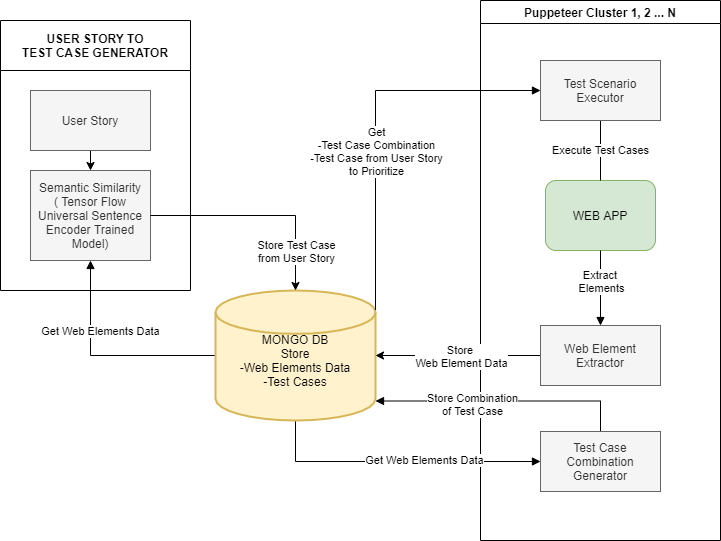
Earlier version of the draw.io export files/e2e-ai-architecture.png (QAcodes/E2E-AI). Source tidied: cells renumbered, new cells last; positions are measured from the earlier drawing's top-left corner, leaving out a move shared by most shapes. Source of this version:
```xml
<mxGraphModel>
  <root>
    <mxCell id="0" />
    <mxCell id="1" parent="0" />
    <mxCell id="2" value="Puppeteer Cluster 1, 2 ... N" style="swimlane;" parent="1" vertex="1">
      <mxGeometry x="480" width="240" height="540" as="geometry" />
    </mxCell>
    <mxCell id="3" value="WEB APP" style="rounded=1;whiteSpace=wrap;html=1;fillColor=#d5e8d4;strokeColor=#82b366;" parent="2" vertex="1">
      <mxGeometry x="65" y="180" width="110" height="70" as="geometry" />
    </mxCell>
    <mxCell id="4" value="Execute Test Cases" style="edgeStyle=orthogonalEdgeStyle;rounded=0;jettySize=auto;html=1;exitX=0.5;exitY=1;exitDx=0;exitDy=0;entryX=0.5;entryY=0;entryDx=0;entryDy=0;startArrow=none;startFill=0;endArrow=none;endFill=0;" parent="2" edge="1" source="5" target="3">
      <mxGeometry relative="1" as="geometry" />
    </mxCell>
    <mxCell id="5" value="Test Scenario&lt;br&gt;Executor" style="whiteSpace=wrap;html=1;fillColor=#f5f5f5;strokeColor=#666666;fontColor=#333333;" parent="2" vertex="1">
      <mxGeometry x="60" y="60" width="120" height="60" as="geometry" />
    </mxCell>
    <mxCell id="6" value="USER STORY TO &#10;TEST CASE GENERATOR" style="swimlane;startSize=50;" parent="1" vertex="1">
      <mxGeometry y="20" width="190" height="270" as="geometry" />
    </mxCell>
    <mxCell id="7" value="Semantic Similarity&lt;br&gt;( Tensor Flow Universal Sentence Encoder Trained Model)" style="whiteSpace=wrap;html=1;fillColor=#f5f5f5;strokeColor=#666666;fontColor=#333333;" parent="6" vertex="1">
      <mxGeometry x="30" y="150" width="120" height="90" as="geometry" />
    </mxCell>
    <mxCell id="8" style="edgeStyle=orthogonalEdgeStyle;rounded=0;jettySize=auto;html=1;exitX=0.5;exitY=1;exitDx=0;exitDy=0;entryX=0.5;entryY=0;entryDx=0;entryDy=0;startArrow=none;startFill=0;" parent="6" edge="1" source="9" target="7">
      <mxGeometry relative="1" as="geometry" />
    </mxCell>
    <mxCell id="9" value="User Story" style="whiteSpace=wrap;html=1;fillColor=#f5f5f5;strokeColor=#666666;fontColor=#333333;" parent="6" vertex="1">
      <mxGeometry x="30" y="70" width="120" height="60" as="geometry" />
    </mxCell>
    <mxCell id="10" style="edgeStyle=orthogonalEdgeStyle;rounded=0;jettySize=auto;html=1;exitX=0;exitY=0.5;exitDx=0;exitDy=0;exitPerimeter=0;entryX=0.5;entryY=1;entryDx=0;entryDy=0;startArrow=none;startFill=0;endArrow=block;endFill=1;" parent="1" edge="1" source="14" target="7">
      <mxGeometry relative="1" as="geometry" />
    </mxCell>
    <mxCell id="11" value="Get Web Elements Data" style="edgeLabel;html=1;align=center;verticalAlign=middle;" parent="10" vertex="1">
      <mxGeometry x="-0.12" y="-1" relative="1" as="geometry">
        <mxPoint x="-20" y="-24" as="offset" />
      </mxGeometry>
    </mxCell>
    <mxCell id="12" style="edgeStyle=orthogonalEdgeStyle;rounded=0;jettySize=auto;html=1;exitX=0.5;exitY=1;exitDx=0;exitDy=0;exitPerimeter=0;entryX=0;entryY=0.5;entryDx=0;entryDy=0;startArrow=none;startFill=0;endArrow=block;endFill=1;" parent="1" edge="1" source="14" target="26">
      <mxGeometry relative="1" as="geometry" />
    </mxCell>
    <mxCell id="13" value="Get Web Elements Data" style="edgeLabel;html=1;align=center;verticalAlign=middle;" parent="12" vertex="1">
      <mxGeometry x="0.17" y="2" relative="1" as="geometry">
        <mxPoint x="1" as="offset" />
      </mxGeometry>
    </mxCell>
    <mxCell id="14" value="&lt;div&gt;&lt;span&gt;MONGO DB&lt;/span&gt;&lt;/div&gt;&lt;div&gt;&lt;span&gt;Store&lt;/span&gt;&lt;/div&gt;&lt;div&gt;&lt;span&gt;-Web Elements Data&lt;/span&gt;&lt;/div&gt;&lt;div&gt;&lt;span&gt;-Test Cases&lt;/span&gt;&lt;/div&gt;" style="strokeWidth=2;html=1;shape=mxgraph.flowchart.database;whiteSpace=wrap;fillColor=#fff2cc;strokeColor=#d6b656;align=center;spacingTop=10;" parent="1" vertex="1">
      <mxGeometry x="215" y="290" width="160" height="130" as="geometry" />
    </mxCell>
    <mxCell id="15" style="edgeStyle=orthogonalEdgeStyle;rounded=0;jettySize=auto;html=1;exitX=0;exitY=0.5;exitDx=0;exitDy=0;entryX=1;entryY=0.5;entryDx=0;entryDy=0;entryPerimeter=0;startArrow=none;startFill=0;" parent="1" edge="1" source="23" target="14">
      <mxGeometry relative="1" as="geometry" />
    </mxCell>
    <mxCell id="16" value="Store &lt;br&gt;Web Element Data" style="edgeLabel;html=1;align=center;verticalAlign=middle;" parent="15" vertex="1">
      <mxGeometry x="-0.05" y="1" relative="1" as="geometry">
        <mxPoint x="-1" y="-1" as="offset" />
      </mxGeometry>
    </mxCell>
    <mxCell id="17" style="edgeStyle=orthogonalEdgeStyle;rounded=0;jettySize=auto;html=1;exitX=0.5;exitY=0;exitDx=0;exitDy=0;startArrow=block;startFill=1;entryX=0.5;entryY=1;entryDx=0;entryDy=0;endArrow=none;endFill=0;" parent="1" edge="1" source="23" target="3">
      <mxGeometry relative="1" as="geometry" />
    </mxCell>
    <mxCell id="18" value="Extract &lt;br&gt;Elements" style="edgeLabel;html=1;align=center;verticalAlign=middle;" parent="17" vertex="1">
      <mxGeometry x="0.28" y="2" relative="1" as="geometry">
        <mxPoint x="2" y="3" as="offset" />
      </mxGeometry>
    </mxCell>
    <mxCell id="19" style="edgeStyle=orthogonalEdgeStyle;rounded=0;jettySize=auto;html=1;exitX=1;exitY=0.5;exitDx=0;exitDy=0;entryX=0.5;entryY=0;entryDx=0;entryDy=0;startArrow=none;startFill=0;entryPerimeter=0;" parent="1" edge="1" source="7" target="14">
      <mxGeometry relative="1" as="geometry" />
    </mxCell>
    <mxCell id="20" value="Store Test Case&lt;br&gt;from User Story" style="edgeLabel;html=1;align=center;verticalAlign=middle;" parent="19" vertex="1">
      <mxGeometry x="0.59" y="3" relative="1" as="geometry">
        <mxPoint x="-3" y="5" as="offset" />
      </mxGeometry>
    </mxCell>
    <mxCell id="21" style="edgeStyle=orthogonalEdgeStyle;rounded=0;jettySize=auto;html=1;exitX=0;exitY=0.5;exitDx=0;exitDy=0;entryX=1;entryY=0.15;entryDx=0;entryDy=0;entryPerimeter=0;startArrow=block;startFill=1;endArrow=none;endFill=0;" parent="1" edge="1" source="5" target="14">
      <mxGeometry relative="1" as="geometry">
        <Array as="points">
          <mxPoint x="375" y="90" />
        </Array>
      </mxGeometry>
    </mxCell>
    <mxCell id="22" value="Get&lt;br&gt;-Test Case Combination&lt;br&gt;-Test Case from User Story&lt;br&gt;to Prioritize" style="edgeLabel;html=1;align=center;verticalAlign=middle;" parent="21" vertex="1">
      <mxGeometry x="-0.13" y="1" relative="1" as="geometry">
        <mxPoint x="-1" y="58" as="offset" />
      </mxGeometry>
    </mxCell>
    <mxCell id="23" value="Web Element Extractor" style="whiteSpace=wrap;html=1;fillColor=#f5f5f5;strokeColor=#666666;fontColor=#333333;" parent="1" vertex="1">
      <mxGeometry x="540" y="325" width="120" height="60" as="geometry" />
    </mxCell>
    <mxCell id="24" style="edgeStyle=orthogonalEdgeStyle;rounded=0;jettySize=auto;html=1;exitX=0.5;exitY=0;exitDx=0;exitDy=0;entryX=1;entryY=0.85;entryDx=0;entryDy=0;entryPerimeter=0;startArrow=none;startFill=0;endArrow=block;endFill=1;" parent="1" edge="1" source="26" target="14">
      <mxGeometry relative="1" as="geometry" />
    </mxCell>
    <mxCell id="25" value="Store Combination&lt;br&gt;of Test Case" style="edgeLabel;html=1;align=center;verticalAlign=middle;" parent="24" vertex="1">
      <mxGeometry x="0.02" y="3" relative="1" as="geometry">
        <mxPoint x="-28.5" as="offset" />
      </mxGeometry>
    </mxCell>
    <mxCell id="26" value="Test Case Combination&lt;br&gt;Generator" style="whiteSpace=wrap;html=1;fillColor=#f5f5f5;strokeColor=#666666;fontColor=#333333;" parent="1" vertex="1">
      <mxGeometry x="540" y="431" width="120" height="60" as="geometry" />
    </mxCell>
  </root>
</mxGraphModel>
```
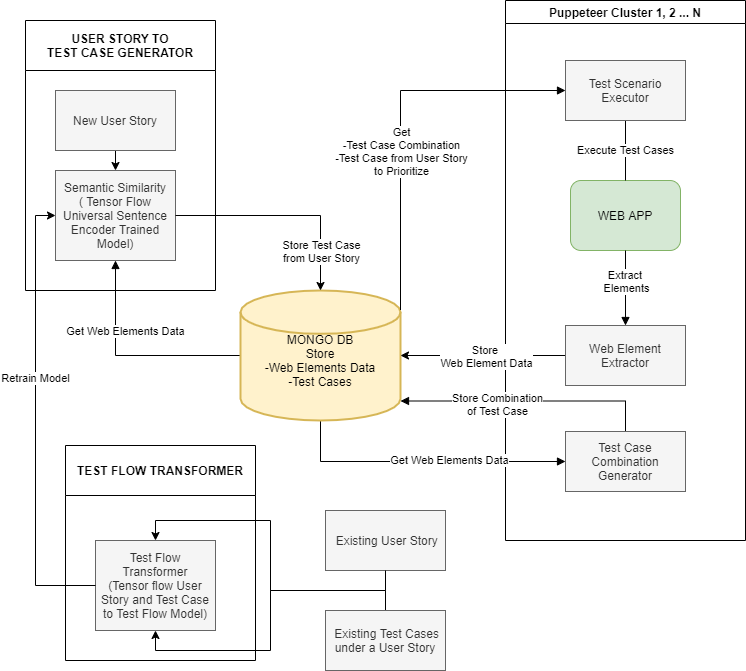
After the commit.

The edit, as a diff of the source:
```diff
@@ -23,7 +23,7 @@
     <mxCell id="8" style="edgeStyle=orthogonalEdgeStyle;rounded=0;jettySize=auto;html=1;exitX=0.5;exitY=1;exitDx=0;exitDy=0;entryX=0.5;entryY=0;entryDx=0;entryDy=0;startArrow=none;startFill=0;" parent="6" edge="1" source="9" target="7">
       <mxGeometry relative="1" as="geometry" />
     </mxCell>
-    <mxCell id="9" value="User Story" style="whiteSpace=wrap;html=1;fillColor=#f5f5f5;strokeColor=#666666;fontColor=#333333;" parent="6" vertex="1">
+    <mxCell id="9" value="New User Story" style="whiteSpace=wrap;html=1;fillColor=#f5f5f5;strokeColor=#666666;fontColor=#333333;" parent="6" vertex="1">
       <mxGeometry x="30" y="70" width="120" height="60" as="geometry" />
     </mxCell>
     <mxCell id="10" style="edgeStyle=orthogonalEdgeStyle;rounded=0;jettySize=auto;html=1;exitX=0;exitY=0.5;exitDx=0;exitDy=0;exitPerimeter=0;entryX=0.5;entryY=1;entryDx=0;entryDy=0;startArrow=none;startFill=0;endArrow=block;endFill=1;" parent="1" edge="1" source="14" target="7">
@@ -95,5 +95,29 @@
     <mxCell id="26" value="Test Case Combination&lt;br&gt;Generator" style="whiteSpace=wrap;html=1;fillColor=#f5f5f5;strokeColor=#666666;fontColor=#333333;" parent="1" vertex="1">
       <mxGeometry x="540" y="431" width="120" height="60" as="geometry" />
     </mxCell>
+    <mxCell id="27" value="TEST FLOW TRANSFORMER" style="swimlane;startSize=50;" parent="1" vertex="1">
+      <mxGeometry x="40" y="445" width="190" height="215" as="geometry" />
+    </mxCell>
+    <mxCell id="28" value="Test Flow Transformer&lt;br&gt;(Tensor flow User Story and Test Case to Test Flow Model)" style="whiteSpace=wrap;html=1;fillColor=#f5f5f5;strokeColor=#666666;fontColor=#333333;" parent="27" vertex="1">
+      <mxGeometry x="30" y="95" width="120" height="90" as="geometry" />
+    </mxCell>
+    <mxCell id="29" value="&amp;nbsp;Existing User Story" style="whiteSpace=wrap;html=1;fillColor=#f5f5f5;strokeColor=#666666;fontColor=#333333;" parent="1" vertex="1">
+      <mxGeometry x="300" y="510" width="120" height="60" as="geometry" />
+    </mxCell>
+    <mxCell id="30" style="edgeStyle=orthogonalEdgeStyle;rounded=0;jettySize=auto;html=1;exitX=0.5;exitY=1;exitDx=0;exitDy=0;entryX=0.5;entryY=0;entryDx=0;entryDy=0;startArrow=none;startFill=0;" parent="1" edge="1" source="29" target="28">
+      <mxGeometry relative="1" as="geometry" />
+    </mxCell>
+    <mxCell id="31" style="edgeStyle=orthogonalEdgeStyle;rounded=0;jettySize=auto;html=1;exitX=0.5;exitY=0;exitDx=0;exitDy=0;entryX=0.5;entryY=1;entryDx=0;entryDy=0;" parent="1" edge="1" source="32" target="28">
+      <mxGeometry relative="1" as="geometry" />
+    </mxCell>
+    <mxCell id="32" value="&amp;nbsp;Existing Test Cases&lt;br&gt;under a User Story" style="whiteSpace=wrap;html=1;fillColor=#f5f5f5;strokeColor=#666666;fontColor=#333333;" parent="1" vertex="1">
+      <mxGeometry x="300" y="610" width="120" height="60" as="geometry" />
+    </mxCell>
+    <mxCell id="33" style="edgeStyle=orthogonalEdgeStyle;rounded=0;jettySize=auto;html=1;exitX=0;exitY=0.5;exitDx=0;exitDy=0;entryX=0;entryY=0.5;entryDx=0;entryDy=0;" parent="1" edge="1" source="28" target="7">
+      <mxGeometry relative="1" as="geometry" />
+    </mxCell>
+    <mxCell id="34" value="Retrain Model" style="edgeLabel;html=1;align=center;verticalAlign=middle;" parent="33" vertex="1">
+      <mxGeometry x="0.19" y="1" relative="1" as="geometry" />
+    </mxCell>
   </root>
 </mxGraphModel>
```
